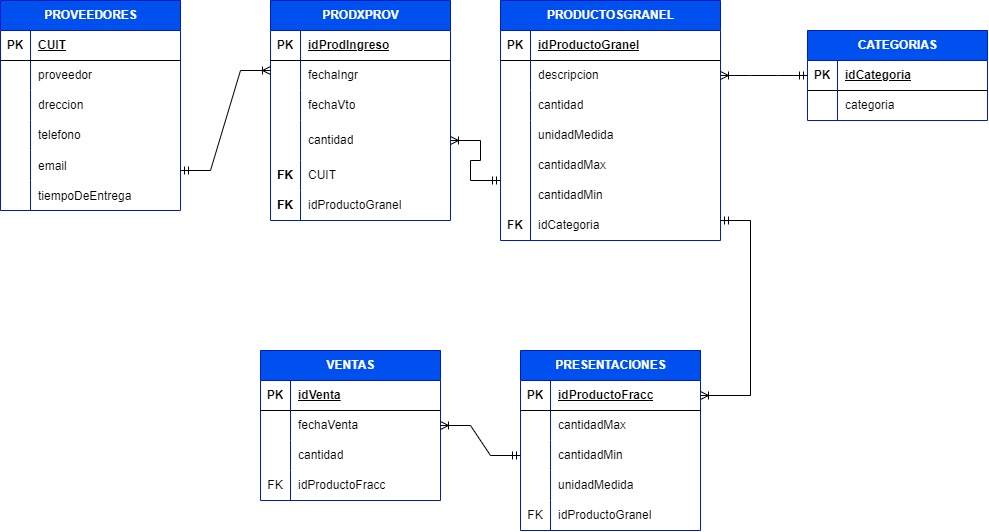
This is diagramaCrowFoot.drawio.png from ISPC-PROYECTOS/controlStockGranel, a draw.io export, as it was before one commit. Source tidied: cells renumbered, new cells last; positions are measured from the earlier drawing's top-left corner, leaving out a move shared by most shapes.
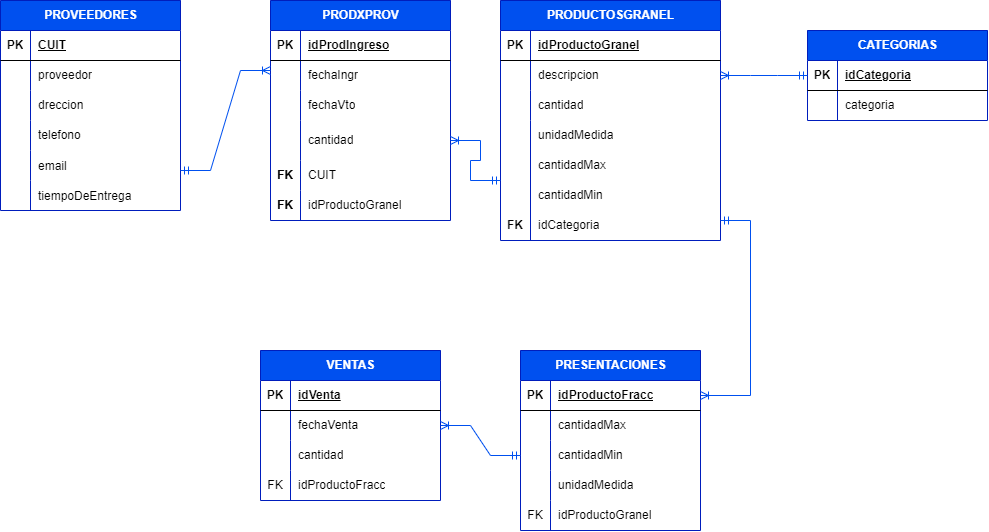
Above is the later version.

Change to the diagram source:
```diff
@@ -176,13 +176,13 @@
     <mxCell id="59" value="FK" style="shape=partialRectangle;fillColor=none;top=0;left=0;bottom=0;right=0;fontStyle=1;overflow=hidden;whiteSpace=wrap;html=1;" parent="1" vertex="1">
       <mxGeometry x="500" y="210" width="30" height="30" as="geometry" />
     </mxCell>
-    <mxCell id="60" style="edgeStyle=entityRelationEdgeStyle;fontSize=12;html=1;endArrow=ERoneToMany;startArrow=ERmandOne;rounded=0;strokeColor=#000000;" parent="1" edge="1">
+    <mxCell id="60" style="edgeStyle=entityRelationEdgeStyle;fontSize=12;html=1;endArrow=ERoneToMany;startArrow=ERmandOne;rounded=0;strokeColor=#0050ef;" parent="1" edge="1">
       <mxGeometry relative="1" as="geometry">
         <mxPoint x="180" y="170" as="sourcePoint" />
         <mxPoint x="270" y="70" as="targetPoint" />
       </mxGeometry>
     </mxCell>
-    <mxCell id="61" style="edgeStyle=entityRelationEdgeStyle;fontSize=12;html=1;endArrow=ERoneToMany;startArrow=ERmandOne;rounded=0;entryX=1;entryY=0.5;entryDx=0;entryDy=0;exitX=0;exitY=0.5;exitDx=0;exitDy=0;strokeColor=#000000;" parent="1" edge="1" source="50" target="31">
+    <mxCell id="61" style="edgeStyle=entityRelationEdgeStyle;fontSize=12;html=1;endArrow=ERoneToMany;startArrow=ERmandOne;rounded=0;entryX=1;entryY=0.5;entryDx=0;entryDy=0;exitX=0;exitY=0.5;exitDx=0;exitDy=0;strokeColor=#0050ef;" parent="1" edge="1" source="50" target="31">
       <mxGeometry relative="1" as="geometry">
         <Array as="points">
           <mxPoint x="680" y="310" />
@@ -210,7 +210,7 @@
     <mxCell id="68" value="categoria" style="shape=partialRectangle;fillColor=none;top=0;left=0;bottom=0;right=0;align=left;spacingLeft=6;overflow=hidden;whiteSpace=wrap;html=1;" parent="66" vertex="1">
       <mxGeometry x="30" width="150" height="30" as="geometry" />
     </mxCell>
-    <mxCell id="69" style="edgeStyle=entityRelationEdgeStyle;fontSize=12;html=1;endArrow=ERoneToMany;startArrow=ERmandOne;rounded=0;exitX=0;exitY=0.5;exitDx=0;exitDy=0;entryX=1;entryY=0.5;entryDx=0;entryDy=0;strokeColor=#000000;" parent="1" edge="1" source="63" target="44">
+    <mxCell id="69" style="edgeStyle=entityRelationEdgeStyle;fontSize=12;html=1;endArrow=ERoneToMany;startArrow=ERmandOne;rounded=0;exitX=0;exitY=0.5;exitDx=0;exitDy=0;entryX=1;entryY=0.5;entryDx=0;entryDy=0;strokeColor=#0050ef;" parent="1" edge="1" source="63" target="44">
       <mxGeometry relative="1" as="geometry">
         <Array as="points">
           <mxPoint x="1090" y="435" />
@@ -266,7 +266,7 @@
     <mxCell id="85" value="idProductoGranel" style="shape=partialRectangle;fillColor=none;top=0;left=0;bottom=0;right=0;align=left;spacingLeft=6;fontStyle=0;overflow=hidden;whiteSpace=wrap;html=1;" parent="83" vertex="1">
       <mxGeometry x="30" width="150" height="30" as="geometry" />
     </mxCell>
-    <mxCell id="86" style="edgeStyle=entityRelationEdgeStyle;fontSize=12;html=1;endArrow=ERoneToMany;startArrow=ERmandOne;rounded=0;entryX=1;entryY=0.25;entryDx=0;entryDy=0;strokeColor=#000000;" parent="1" edge="1" target="70">
+    <mxCell id="86" style="edgeStyle=entityRelationEdgeStyle;fontSize=12;html=1;endArrow=ERoneToMany;startArrow=ERmandOne;rounded=0;entryX=1;entryY=0.25;entryDx=0;entryDy=0;strokeColor=#0050ef;" parent="1" edge="1" target="70">
       <mxGeometry relative="1" as="geometry">
         <mxPoint x="720" y="220" as="sourcePoint" />
         <Array as="points">
@@ -314,7 +314,7 @@
     <mxCell id="99" value="idProductoFracc" style="shape=partialRectangle;fillColor=none;top=0;left=0;bottom=0;right=0;align=left;spacingLeft=6;fontStyle=0;overflow=hidden;whiteSpace=wrap;html=1;" parent="97" vertex="1">
       <mxGeometry x="30" width="150" height="30" as="geometry" />
     </mxCell>
-    <mxCell id="100" style="edgeStyle=entityRelationEdgeStyle;fontSize=12;html=1;endArrow=ERoneToMany;startArrow=ERmandOne;rounded=0;entryX=1;entryY=0.5;entryDx=0;entryDy=0;exitX=0;exitY=0.5;exitDx=0;exitDy=0;strokeColor=#000000;" parent="1" edge="1" source="77" target="91">
+    <mxCell id="100" style="edgeStyle=entityRelationEdgeStyle;fontSize=12;html=1;endArrow=ERoneToMany;startArrow=ERmandOne;rounded=0;entryX=1;entryY=0.5;entryDx=0;entryDy=0;exitX=0;exitY=0.5;exitDx=0;exitDy=0;strokeColor=#0050ef;" parent="1" edge="1" source="77" target="91">
       <mxGeometry relative="1" as="geometry" />
     </mxCell>
   </root>
```
